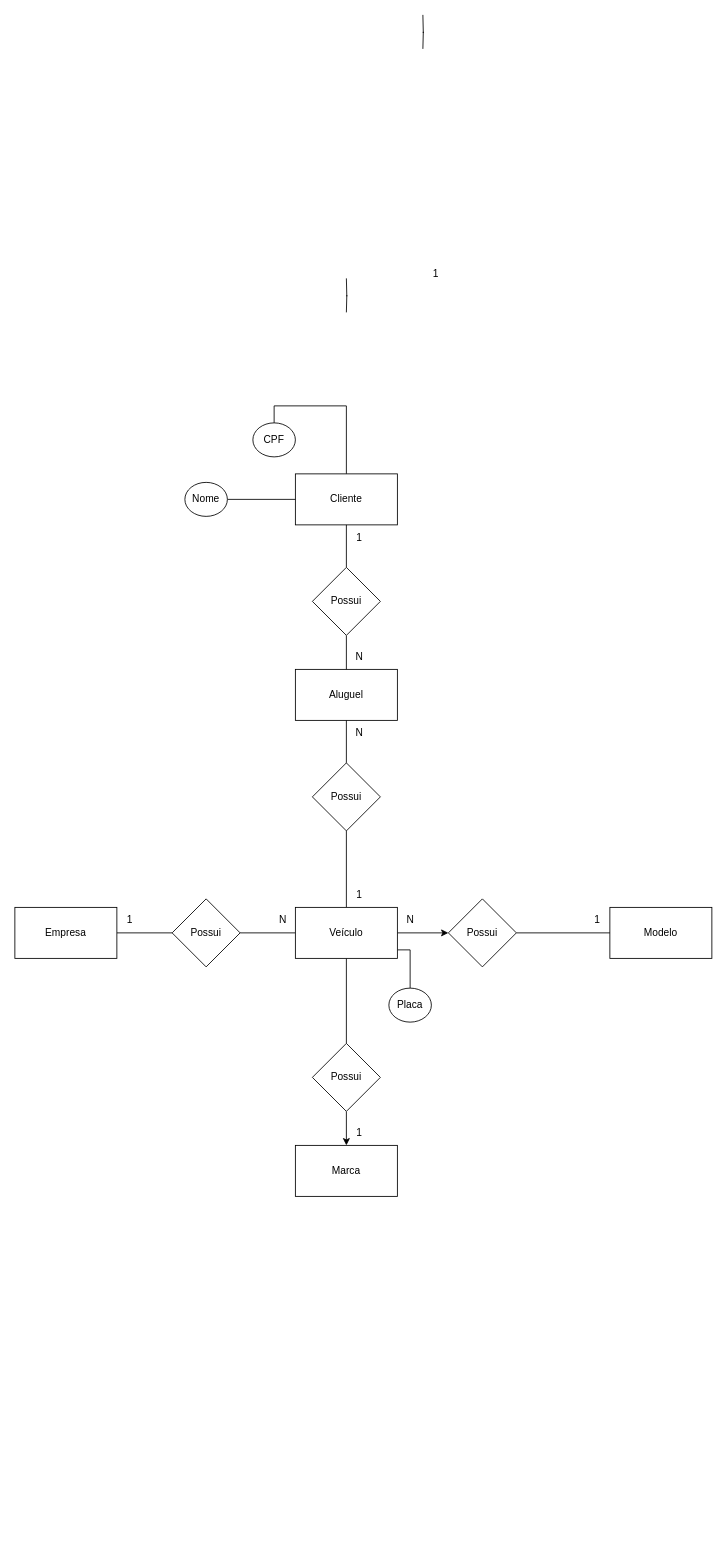
Filipe-Gois/Senai keeps this draw.io diagram as 2ºSemestre/Banco de dados (1)/modelo, entidade e relacionamento/aula 3 24.07 exercicios/1.2/correcao.drawio. Above is the earlier version. Source tidied: cells renumbered, new cells numbered last; positions are measured from the earlier drawing's top-left corner, leaving out a move shared by most shapes. Both pictures are drawn from the tidied source at 85%, with x=0, y=0 at pixel (14, 14).
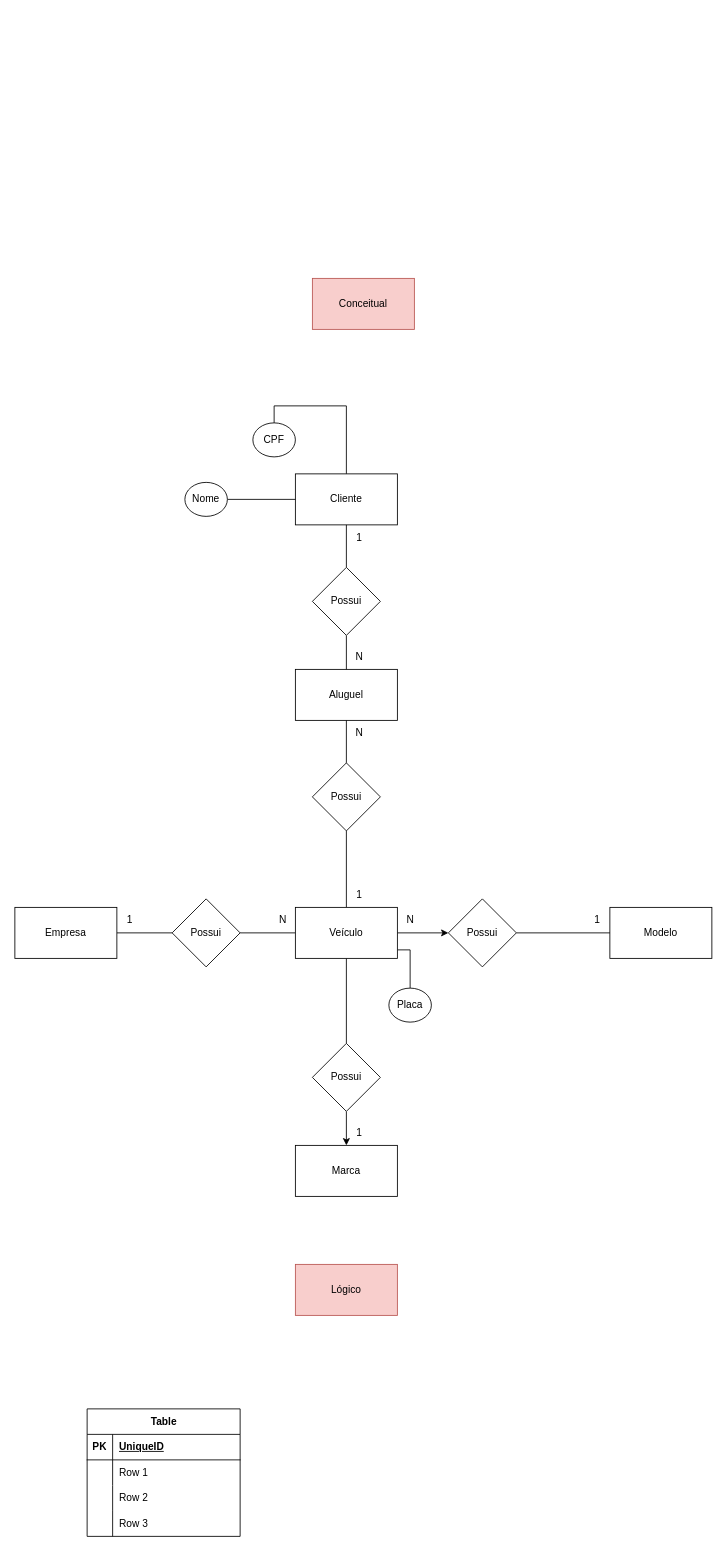
After the change.

What changed in the source:
```diff
@@
-    <mxCell id="35" style="edgeStyle=orthogonalEdgeStyle;rounded=0;orthogonalLoop=1;jettySize=auto;html=1;entryX=0.5;entryY=0;entryDx=0;entryDy=0;endArrow=none;endFill=0;" parent="1" edge="1">
-      <mxGeometry relative="1" as="geometry">
-        <mxPoint x="390" y="310" as="sourcePoint" />
-        <mxPoint x="390" y="350" as="targetPoint" />
-      </mxGeometry>
-    </mxCell>
@@
-    <mxCell id="37" style="edgeStyle=orthogonalEdgeStyle;rounded=0;orthogonalLoop=1;jettySize=auto;html=1;entryX=0.5;entryY=0;entryDx=0;entryDy=0;endArrow=none;endFill=0;" parent="1" edge="1">
-      <mxGeometry relative="1" as="geometry">
-        <mxPoint x="480" as="sourcePoint" />
-        <mxPoint x="480" y="40" as="targetPoint" />
-      </mxGeometry>
-    </mxCell>
-    <mxCell id="38" value="1" style="text;html=1;align=center;verticalAlign=middle;strokeColor=none;fillColor=none;" parent="1" vertex="1">
-      <mxGeometry x="480" y="290" width="30" height="30" as="geometry" />
-    </mxCell>
@@
+    <mxCell id="41" value="Conceitual" style="rounded=0;whiteSpace=wrap;html=1;fillColor=#f8cecc;strokeColor=#b85450;" parent="1" vertex="1">
+      <mxGeometry x="350" y="310" width="120" height="60" as="geometry" />
+    </mxCell>
+    <mxCell id="42" value="Lógico" style="rounded=0;whiteSpace=wrap;html=1;fillColor=#f8cecc;strokeColor=#b85450;" parent="1" vertex="1">
+      <mxGeometry x="330" y="1470" width="120" height="60" as="geometry" />
+    </mxCell>
+    <mxCell id="43" value="Table" style="shape=table;startSize=30;childLayout=tableLayout;rowLines=0;fontStyle=1;align=center;html=1;" parent="1" vertex="1">
+      <mxGeometry x="85" y="1640" width="180" height="150" as="geometry" />
+    </mxCell>
+    <mxCell id="44" style="shape=tableRow;horizontal=0;startSize=0;swimlaneHead=0;swimlaneBody=0;fillColor=none;top=0;left=0;right=0;bottom=1;" parent="43" vertex="1">
+      <mxGeometry y="30" width="180" height="30" as="geometry" />
+    </mxCell>
+    <mxCell id="45" value="PK" style="shape=partialRectangle;fillColor=none;top=0;left=0;bottom=0;right=0;fontStyle=1;overflow=hidden;whiteSpace=wrap;html=1;" parent="44" vertex="1">
+      <mxGeometry width="30" height="30" as="geometry" />
+    </mxCell>
+    <mxCell id="46" value="UniqueID" style="shape=partialRectangle;fillColor=none;top=0;left=0;bottom=0;right=0;align=left;spacingLeft=6;fontStyle=5;overflow=hidden;whiteSpace=wrap;html=1;" parent="44" vertex="1">
+      <mxGeometry x="30" width="150" height="30" as="geometry" />
+    </mxCell>
+    <mxCell id="47" style="shape=tableRow;horizontal=0;startSize=0;swimlaneHead=0;swimlaneBody=0;fillColor=none;top=0;left=0;right=0;bottom=0;" parent="43" vertex="1">
+      <mxGeometry y="60" width="180" height="30" as="geometry" />
+    </mxCell>
+    <mxCell id="48" style="shape=partialRectangle;fillColor=none;top=0;left=0;bottom=0;right=0;overflow=hidden;whiteSpace=wrap;html=1;" parent="47" vertex="1">
+      <mxGeometry width="30" height="30" as="geometry" />
+    </mxCell>
+    <mxCell id="49" value="Row 1" style="shape=partialRectangle;fillColor=none;top=0;left=0;bottom=0;right=0;align=left;spacingLeft=6;overflow=hidden;whiteSpace=wrap;html=1;" parent="47" vertex="1">
+      <mxGeometry x="30" width="150" height="30" as="geometry" />
+    </mxCell>
+    <mxCell id="50" style="shape=tableRow;horizontal=0;startSize=0;swimlaneHead=0;swimlaneBody=0;fillColor=none;top=0;left=0;right=0;bottom=0;" parent="43" vertex="1">
+      <mxGeometry y="90" width="180" height="30" as="geometry" />
+    </mxCell>
+    <mxCell id="51" style="shape=partialRectangle;fillColor=none;top=0;left=0;bottom=0;right=0;overflow=hidden;whiteSpace=wrap;html=1;" parent="50" vertex="1">
+      <mxGeometry width="30" height="30" as="geometry" />
+    </mxCell>
+    <mxCell id="52" value="Row 2" style="shape=partialRectangle;fillColor=none;top=0;left=0;bottom=0;right=0;align=left;spacingLeft=6;overflow=hidden;whiteSpace=wrap;html=1;" parent="50" vertex="1">
+      <mxGeometry x="30" width="150" height="30" as="geometry" />
+    </mxCell>
+    <mxCell id="53" style="shape=tableRow;horizontal=0;startSize=0;swimlaneHead=0;swimlaneBody=0;fillColor=none;top=0;left=0;right=0;bottom=0;" parent="43" vertex="1">
+      <mxGeometry y="120" width="180" height="30" as="geometry" />
+    </mxCell>
+    <mxCell id="54" style="shape=partialRectangle;fillColor=none;top=0;left=0;bottom=0;right=0;overflow=hidden;whiteSpace=wrap;html=1;" parent="53" vertex="1">
+      <mxGeometry width="30" height="30" as="geometry" />
+    </mxCell>
+    <mxCell id="55" value="Row 3" style="shape=partialRectangle;fillColor=none;top=0;left=0;bottom=0;right=0;align=left;spacingLeft=6;overflow=hidden;whiteSpace=wrap;html=1;" parent="53" vertex="1">
+      <mxGeometry x="30" width="150" height="30" as="geometry" />
+    </mxCell>
```
